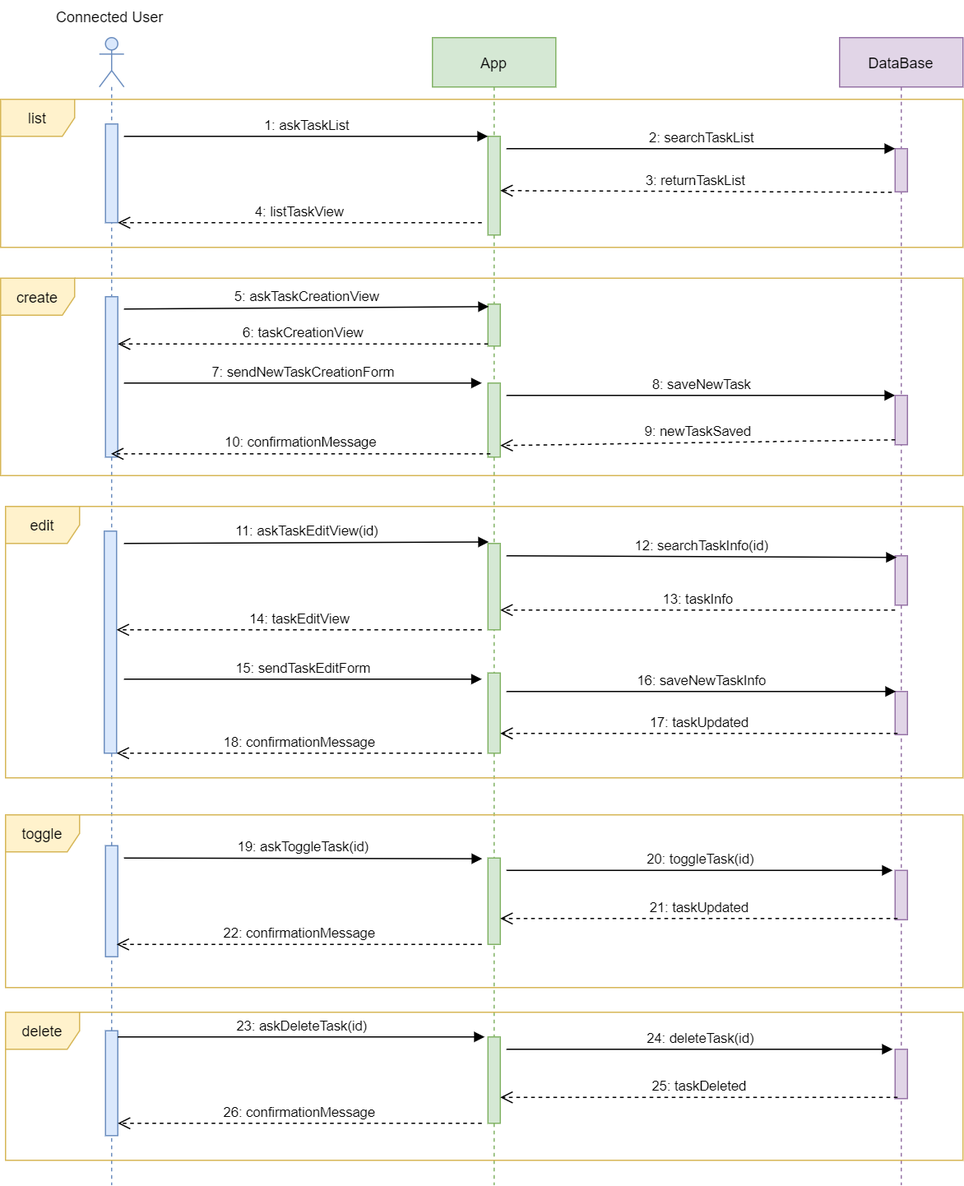
This is docs/diagrams/sequence-diagram-manage-tasks.png from Shiiyo/8-Todolist, a draw.io export, as it was before one commit. Source tidied: cells renumbered, new cells last; positions are measured from the earlier drawing's top-left corner, leaving out a move shared by most shapes. The source it was exported from:
```xml
<mxGraphModel>
  <root>
    <mxCell id="0" />
    <mxCell id="1" parent="0" />
    <mxCell id="2" style="shape=umlLifeline;participant=umlActor;perimeter=lifelinePerimeter;whiteSpace=wrap;html=1;verticalAlign=top;spacingTop=36;outlineConnect=0;fillColor=#dae8fc;strokeColor=#6c8ebf;" parent="1" vertex="1">
      <mxGeometry x="80" y="30" width="20" height="930" as="geometry" />
    </mxCell>
    <mxCell id="3" style="html=1;points=[];perimeter=orthogonalPerimeter;fillColor=#dae8fc;strokeColor=#6c8ebf;" parent="2" vertex="1">
      <mxGeometry x="5" y="70" width="10" height="80" as="geometry" />
    </mxCell>
    <mxCell id="4" value="App" style="shape=umlLifeline;perimeter=lifelinePerimeter;whiteSpace=wrap;html=1;fillColor=#d5e8d4;strokeColor=#82b366;" parent="1" vertex="1">
      <mxGeometry x="350" y="30" width="100" height="930" as="geometry" />
    </mxCell>
    <mxCell id="5" style="html=1;points=[];perimeter=orthogonalPerimeter;fillColor=#d5e8d4;strokeColor=#82b366;" parent="4" vertex="1">
      <mxGeometry x="45" y="280" width="10" height="60" as="geometry" />
    </mxCell>
    <mxCell id="6" value="8: saveNewTask" style="html=1;verticalAlign=bottom;endArrow=block;" parent="4" edge="1" target="8">
      <mxGeometry relative="1" as="geometry">
        <mxPoint x="60" y="290" as="sourcePoint" />
      </mxGeometry>
    </mxCell>
    <mxCell id="7" value="DataBase" style="shape=umlLifeline;perimeter=lifelinePerimeter;whiteSpace=wrap;html=1;fillColor=#e1d5e7;strokeColor=#9673a6;" parent="1" vertex="1">
      <mxGeometry x="680" y="30" width="100" height="930" as="geometry" />
    </mxCell>
    <mxCell id="8" style="html=1;points=[];perimeter=orthogonalPerimeter;fillColor=#e1d5e7;strokeColor=#9673a6;" parent="7" vertex="1">
      <mxGeometry x="45" y="290" width="10" height="40" as="geometry" />
    </mxCell>
    <mxCell id="9" value="Connected User" style="text;align=center;fontStyle=0;verticalAlign=middle;spacingLeft=3;spacingRight=3;strokeColor=none;" parent="1" vertex="1">
      <mxGeometry x="48.8" width="80" height="26" as="geometry" />
    </mxCell>
    <mxCell id="10" value="list" style="shape=umlFrame;whiteSpace=wrap;html=1;fillColor=#fff2cc;strokeColor=#d6b656;" parent="1" vertex="1">
      <mxGeometry y="80" width="780" height="120" as="geometry" />
    </mxCell>
    <mxCell id="11" style="html=1;points=[];perimeter=orthogonalPerimeter;fillColor=#d5e8d4;strokeColor=#82b366;" parent="1" vertex="1">
      <mxGeometry x="395" y="110" width="10" height="80" as="geometry" />
    </mxCell>
    <mxCell id="12" value="1: askTaskList" style="html=1;verticalAlign=bottom;endArrow=block;" parent="1" edge="1" target="11">
      <mxGeometry relative="1" as="geometry">
        <mxPoint x="100" y="110" as="sourcePoint" />
      </mxGeometry>
    </mxCell>
    <mxCell id="13" style="html=1;points=[];perimeter=orthogonalPerimeter;fillColor=#e1d5e7;strokeColor=#9673a6;" parent="1" vertex="1">
      <mxGeometry x="725" y="120" width="10" height="35" as="geometry" />
    </mxCell>
    <mxCell id="14" value="2: searchTaskList" style="html=1;verticalAlign=bottom;endArrow=block;entryX=0;entryY=0;" parent="1" edge="1" target="13">
      <mxGeometry relative="1" as="geometry">
        <mxPoint x="410" y="120" as="sourcePoint" />
      </mxGeometry>
    </mxCell>
    <mxCell id="15" value="3: returnTaskList" style="html=1;verticalAlign=bottom;endArrow=open;dashed=1;endSize=8;exitX=-0.267;exitY=1.01;exitDx=0;exitDy=0;exitPerimeter=0;entryX=1;entryY=0.55;entryDx=0;entryDy=0;entryPerimeter=0;" parent="1" edge="1" source="13" target="11">
      <mxGeometry relative="1" as="geometry" />
    </mxCell>
    <mxCell id="16" value="4: listTaskView" style="html=1;verticalAlign=bottom;endArrow=open;dashed=1;endSize=8;" parent="1" edge="1" target="3">
      <mxGeometry relative="1" as="geometry">
        <mxPoint x="390" y="180" as="sourcePoint" />
      </mxGeometry>
    </mxCell>
    <mxCell id="17" value="create" style="shape=umlFrame;whiteSpace=wrap;html=1;fillColor=#fff2cc;strokeColor=#d6b656;" parent="1" vertex="1">
      <mxGeometry y="225" width="780" height="160" as="geometry" />
    </mxCell>
    <mxCell id="18" style="html=1;points=[];perimeter=orthogonalPerimeter;fillColor=#dae8fc;strokeColor=#6c8ebf;" parent="1" vertex="1">
      <mxGeometry x="85" y="240" width="10" height="130" as="geometry" />
    </mxCell>
    <mxCell id="19" style="html=1;points=[];perimeter=orthogonalPerimeter;fillColor=#d5e8d4;strokeColor=#82b366;" parent="1" vertex="1">
      <mxGeometry x="395" y="246" width="10" height="34" as="geometry" />
    </mxCell>
    <mxCell id="20" value="6: taskCreationView" style="html=1;verticalAlign=bottom;endArrow=open;dashed=1;endSize=8;exitX=0;exitY=0.95;" parent="1" edge="1" source="19" target="18">
      <mxGeometry relative="1" as="geometry" />
    </mxCell>
    <mxCell id="21" value="5: askTaskCreationView" style="html=1;verticalAlign=bottom;endArrow=block;entryX=0.067;entryY=0.06;entryDx=0;entryDy=0;entryPerimeter=0;" parent="1" edge="1" target="19">
      <mxGeometry relative="1" as="geometry">
        <mxPoint x="100" y="250" as="sourcePoint" />
      </mxGeometry>
    </mxCell>
    <mxCell id="22" value="7: sendNewTaskCreationForm" style="html=1;verticalAlign=bottom;endArrow=block;" parent="1" edge="1">
      <mxGeometry relative="1" as="geometry">
        <mxPoint x="100" y="310" as="sourcePoint" />
        <mxPoint x="390" y="310" as="targetPoint" />
      </mxGeometry>
    </mxCell>
    <mxCell id="23" value="9: newTaskSaved" style="html=1;verticalAlign=bottom;endArrow=open;dashed=1;endSize=8;entryX=1;entryY=0.844;entryDx=0;entryDy=0;entryPerimeter=0;exitX=0;exitY=0.9;exitDx=0;exitDy=0;exitPerimeter=0;" parent="1" edge="1" source="8" target="5">
      <mxGeometry relative="1" as="geometry" />
    </mxCell>
    <mxCell id="24" value="10: confirmationMessage" style="html=1;verticalAlign=bottom;endArrow=open;dashed=1;endSize=8;exitX=0.2;exitY=0.956;exitDx=0;exitDy=0;exitPerimeter=0;" parent="1" edge="1" source="5" target="2">
      <mxGeometry relative="1" as="geometry" />
    </mxCell>
    <mxCell id="25" value="edit" style="shape=umlFrame;whiteSpace=wrap;html=1;fillColor=#fff2cc;strokeColor=#d6b656;" parent="1" vertex="1">
      <mxGeometry x="4" y="410" width="776" height="220" as="geometry" />
    </mxCell>
    <mxCell id="26" style="html=1;points=[];perimeter=orthogonalPerimeter;fillColor=#dae8fc;strokeColor=#6c8ebf;" parent="1" vertex="1">
      <mxGeometry x="84" y="430" width="10" height="180" as="geometry" />
    </mxCell>
    <mxCell id="27" style="html=1;points=[];perimeter=orthogonalPerimeter;fillColor=#d5e8d4;strokeColor=#82b366;" parent="1" vertex="1">
      <mxGeometry x="395" y="440" width="10" height="70" as="geometry" />
    </mxCell>
    <mxCell id="28" value="11: askTaskEditView(id)" style="html=1;verticalAlign=bottom;endArrow=block;entryX=0.067;entryY=-0.017;entryDx=0;entryDy=0;entryPerimeter=0;" parent="1" edge="1" target="27">
      <mxGeometry relative="1" as="geometry">
        <mxPoint x="100" y="440" as="sourcePoint" />
      </mxGeometry>
    </mxCell>
    <mxCell id="29" style="html=1;points=[];perimeter=orthogonalPerimeter;fillColor=#e1d5e7;strokeColor=#9673a6;" parent="1" vertex="1">
      <mxGeometry x="725" y="450" width="10" height="40" as="geometry" />
    </mxCell>
    <mxCell id="30" value="12: searchTaskInfo(id)" style="html=1;verticalAlign=bottom;endArrow=block;entryX=0.133;entryY=0.033;entryDx=0;entryDy=0;entryPerimeter=0;" parent="1" edge="1" target="29">
      <mxGeometry relative="1" as="geometry">
        <mxPoint x="410" y="450" as="sourcePoint" />
      </mxGeometry>
    </mxCell>
    <mxCell id="31" value="13: taskInfo" style="html=1;verticalAlign=bottom;endArrow=open;dashed=1;endSize=8;exitX=0;exitY=1.1;exitDx=0;exitDy=0;exitPerimeter=0;" parent="1" edge="1" source="29" target="27">
      <mxGeometry relative="1" as="geometry" />
    </mxCell>
    <mxCell id="32" value="14: taskEditView" style="html=1;verticalAlign=bottom;endArrow=open;dashed=1;endSize=8;" parent="1" edge="1" target="26">
      <mxGeometry relative="1" as="geometry">
        <mxPoint x="390" y="510" as="sourcePoint" />
      </mxGeometry>
    </mxCell>
    <mxCell id="33" style="html=1;points=[];perimeter=orthogonalPerimeter;fillColor=#d5e8d4;strokeColor=#82b366;" parent="1" vertex="1">
      <mxGeometry x="395" y="545" width="10" height="65" as="geometry" />
    </mxCell>
    <mxCell id="34" value="15: sendTaskEditForm" style="html=1;verticalAlign=bottom;endArrow=block;" parent="1" edge="1">
      <mxGeometry relative="1" as="geometry">
        <mxPoint x="100" y="550" as="sourcePoint" />
        <mxPoint x="390" y="550" as="targetPoint" />
      </mxGeometry>
    </mxCell>
    <mxCell id="35" style="html=1;points=[];perimeter=orthogonalPerimeter;fillColor=#e1d5e7;strokeColor=#9673a6;" parent="1" vertex="1">
      <mxGeometry x="725" y="560" width="10" height="35" as="geometry" />
    </mxCell>
    <mxCell id="36" value="16: saveNewTaskInfo" style="html=1;verticalAlign=bottom;endArrow=block;entryX=0.067;entryY=0;entryDx=0;entryDy=0;entryPerimeter=0;" parent="1" edge="1" target="35">
      <mxGeometry relative="1" as="geometry">
        <mxPoint x="410" y="560" as="sourcePoint" />
      </mxGeometry>
    </mxCell>
    <mxCell id="37" value="17: taskUpdated" style="html=1;verticalAlign=bottom;endArrow=open;dashed=1;endSize=8;exitX=0.2;exitY=0.971;exitDx=0;exitDy=0;exitPerimeter=0;" parent="1" edge="1" source="35" target="33">
      <mxGeometry relative="1" as="geometry" />
    </mxCell>
    <mxCell id="38" value="18: confirmationMessage" style="html=1;verticalAlign=bottom;endArrow=open;dashed=1;endSize=8;" parent="1" edge="1" target="26">
      <mxGeometry relative="1" as="geometry">
        <mxPoint x="390" y="610" as="sourcePoint" />
      </mxGeometry>
    </mxCell>
    <mxCell id="39" value="toggle" style="shape=umlFrame;whiteSpace=wrap;html=1;fillColor=#fff2cc;strokeColor=#d6b656;" parent="1" vertex="1">
      <mxGeometry x="4" y="660" width="776" height="140" as="geometry" />
    </mxCell>
    <mxCell id="40" style="html=1;perimeter=orthogonalPerimeter;fillColor=#dae8fc;strokeColor=#6c8ebf;" parent="1" vertex="1">
      <mxGeometry x="85" y="685" width="10" height="90" as="geometry" />
    </mxCell>
    <mxCell id="41" style="html=1;points=[];perimeter=orthogonalPerimeter;fillColor=#d5e8d4;strokeColor=#82b366;" parent="1" vertex="1">
      <mxGeometry x="395" y="695" width="10" height="70" as="geometry" />
    </mxCell>
    <mxCell id="42" value="19: askToggleTask(id)" style="html=1;verticalAlign=bottom;endArrow=block;entryX=-0.467;entryY=0.008;entryDx=0;entryDy=0;entryPerimeter=0;" parent="1" edge="1" target="41">
      <mxGeometry relative="1" as="geometry">
        <mxPoint x="100" y="695" as="sourcePoint" />
      </mxGeometry>
    </mxCell>
    <mxCell id="43" style="html=1;points=[];perimeter=orthogonalPerimeter;fillColor=#e1d5e7;strokeColor=#9673a6;" parent="1" vertex="1">
      <mxGeometry x="725" y="705" width="10" height="40" as="geometry" />
    </mxCell>
    <mxCell id="44" value="20: toggleTask(id)" style="html=1;verticalAlign=bottom;endArrow=block;entryX=-0.2;entryY=0;entryDx=0;entryDy=0;entryPerimeter=0;" parent="1" edge="1" target="43">
      <mxGeometry relative="1" as="geometry">
        <mxPoint x="410" y="705" as="sourcePoint" />
      </mxGeometry>
    </mxCell>
    <mxCell id="45" value="21: taskUpdated" style="html=1;verticalAlign=bottom;endArrow=open;dashed=1;endSize=8;exitX=0.2;exitY=0.971;exitDx=0;exitDy=0;exitPerimeter=0;" parent="1" edge="1">
      <mxGeometry relative="1" as="geometry">
        <mxPoint x="727" y="744" as="sourcePoint" />
        <mxPoint x="405" y="744" as="targetPoint" />
      </mxGeometry>
    </mxCell>
    <mxCell id="46" value="22: confirmationMessage" style="html=1;verticalAlign=bottom;endArrow=open;dashed=1;endSize=8;" parent="1" edge="1">
      <mxGeometry relative="1" as="geometry">
        <mxPoint x="390" y="765" as="sourcePoint" />
        <mxPoint x="94" y="765" as="targetPoint" />
      </mxGeometry>
    </mxCell>
    <mxCell id="47" value="delete" style="shape=umlFrame;whiteSpace=wrap;html=1;fillColor=#fff2cc;strokeColor=#d6b656;" parent="1" vertex="1">
      <mxGeometry x="4" y="820" width="776" height="120" as="geometry" />
    </mxCell>
    <mxCell id="48" style="html=1;points=[];perimeter=orthogonalPerimeter;fillColor=#dae8fc;strokeColor=#6c8ebf;" parent="1" vertex="1">
      <mxGeometry x="85" y="835" width="10" height="85" as="geometry" />
    </mxCell>
    <mxCell id="49" style="html=1;points=[];perimeter=orthogonalPerimeter;fillColor=#d5e8d4;strokeColor=#82b366;" parent="1" vertex="1">
      <mxGeometry x="395" y="840" width="10" height="70" as="geometry" />
    </mxCell>
    <mxCell id="50" value="23: askDeleteTask(id)" style="html=1;verticalAlign=bottom;endArrow=block;entryX=-0.267;entryY=0;entryDx=0;entryDy=0;entryPerimeter=0;" parent="1" edge="1" target="49">
      <mxGeometry relative="1" as="geometry">
        <mxPoint x="95" y="840" as="sourcePoint" />
      </mxGeometry>
    </mxCell>
    <mxCell id="51" style="html=1;points=[];perimeter=orthogonalPerimeter;fillColor=#e1d5e7;strokeColor=#9673a6;" parent="1" vertex="1">
      <mxGeometry x="725" y="850" width="10" height="40" as="geometry" />
    </mxCell>
    <mxCell id="52" value="24: deleteTask(id)" style="html=1;verticalAlign=bottom;endArrow=block;entryX=-0.2;entryY=0;entryDx=0;entryDy=0;entryPerimeter=0;" parent="1" edge="1" target="51">
      <mxGeometry relative="1" as="geometry">
        <mxPoint x="410" y="850" as="sourcePoint" />
      </mxGeometry>
    </mxCell>
    <mxCell id="53" value="25: taskDeleted" style="html=1;verticalAlign=bottom;endArrow=open;dashed=1;endSize=8;exitX=0.2;exitY=0.971;exitDx=0;exitDy=0;exitPerimeter=0;" parent="1" edge="1">
      <mxGeometry relative="1" as="geometry">
        <mxPoint x="727" y="889" as="sourcePoint" />
        <mxPoint x="405" y="889" as="targetPoint" />
      </mxGeometry>
    </mxCell>
    <mxCell id="54" value="26: confirmationMessage" style="html=1;verticalAlign=bottom;endArrow=open;dashed=1;endSize=8;" parent="1" edge="1" target="48">
      <mxGeometry relative="1" as="geometry">
        <mxPoint x="390" y="910" as="sourcePoint" />
      </mxGeometry>
    </mxCell>
  </root>
</mxGraphModel>
```
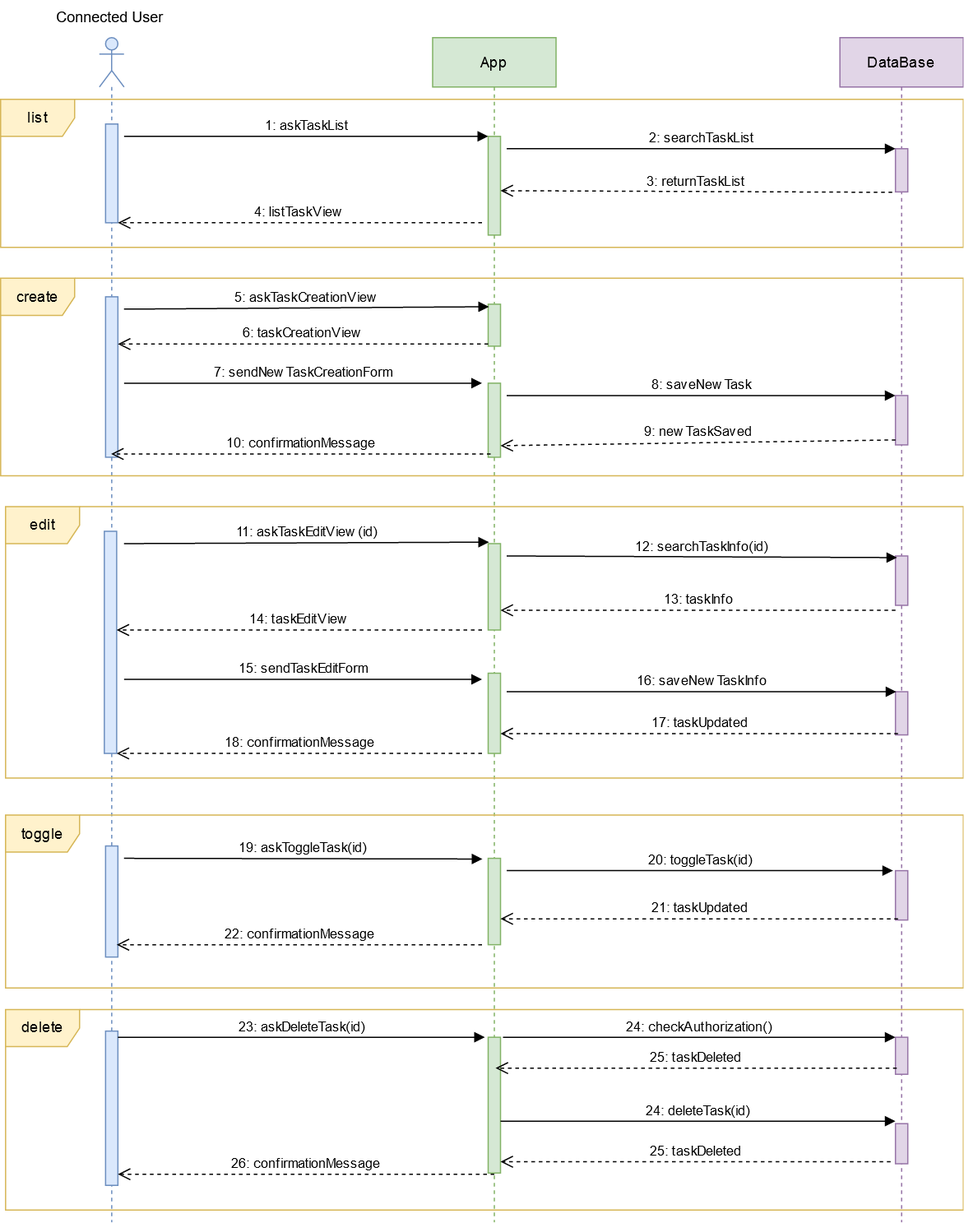
After the commit.

Change to the diagram source:
```diff
@@ -3,13 +3,13 @@
     <mxCell id="0" />
     <mxCell id="1" parent="0" />
     <mxCell id="2" style="shape=umlLifeline;participant=umlActor;perimeter=lifelinePerimeter;whiteSpace=wrap;html=1;verticalAlign=top;spacingTop=36;outlineConnect=0;fillColor=#dae8fc;strokeColor=#6c8ebf;" parent="1" vertex="1">
-      <mxGeometry x="80" y="30" width="20" height="930" as="geometry" />
+      <mxGeometry x="80" y="30" width="20" height="960" as="geometry" />
     </mxCell>
     <mxCell id="3" style="html=1;points=[];perimeter=orthogonalPerimeter;fillColor=#dae8fc;strokeColor=#6c8ebf;" parent="2" vertex="1">
       <mxGeometry x="5" y="70" width="10" height="80" as="geometry" />
     </mxCell>
     <mxCell id="4" value="App" style="shape=umlLifeline;perimeter=lifelinePerimeter;whiteSpace=wrap;html=1;fillColor=#d5e8d4;strokeColor=#82b366;" parent="1" vertex="1">
-      <mxGeometry x="350" y="30" width="100" height="930" as="geometry" />
+      <mxGeometry x="350" y="30" width="100" height="960" as="geometry" />
     </mxCell>
     <mxCell id="5" style="html=1;points=[];perimeter=orthogonalPerimeter;fillColor=#d5e8d4;strokeColor=#82b366;" parent="4" vertex="1">
       <mxGeometry x="45" y="280" width="10" height="60" as="geometry" />
@@ -20,7 +20,7 @@
       </mxGeometry>
     </mxCell>
     <mxCell id="7" value="DataBase" style="shape=umlLifeline;perimeter=lifelinePerimeter;whiteSpace=wrap;html=1;fillColor=#e1d5e7;strokeColor=#9673a6;" parent="1" vertex="1">
-      <mxGeometry x="680" y="30" width="100" height="930" as="geometry" />
+      <mxGeometry x="680" y="30" width="100" height="960" as="geometry" />
     </mxCell>
     <mxCell id="8" style="html=1;points=[];perimeter=orthogonalPerimeter;fillColor=#e1d5e7;strokeColor=#9673a6;" parent="7" vertex="1">
       <mxGeometry x="45" y="290" width="10" height="40" as="geometry" />
@@ -174,13 +174,13 @@
       </mxGeometry>
     </mxCell>
     <mxCell id="47" value="delete" style="shape=umlFrame;whiteSpace=wrap;html=1;fillColor=#fff2cc;strokeColor=#d6b656;" parent="1" vertex="1">
-      <mxGeometry x="4" y="820" width="776" height="120" as="geometry" />
+      <mxGeometry x="4" y="817.5" width="776" height="162.5" as="geometry" />
     </mxCell>
     <mxCell id="48" style="html=1;points=[];perimeter=orthogonalPerimeter;fillColor=#dae8fc;strokeColor=#6c8ebf;" parent="1" vertex="1">
-      <mxGeometry x="85" y="835" width="10" height="85" as="geometry" />
+      <mxGeometry x="85" y="835" width="10" height="125" as="geometry" />
     </mxCell>
     <mxCell id="49" style="html=1;points=[];perimeter=orthogonalPerimeter;fillColor=#d5e8d4;strokeColor=#82b366;" parent="1" vertex="1">
-      <mxGeometry x="395" y="840" width="10" height="70" as="geometry" />
+      <mxGeometry x="395" y="840" width="10" height="110" as="geometry" />
     </mxCell>
     <mxCell id="50" value="23: askDeleteTask(id)" style="html=1;verticalAlign=bottom;endArrow=block;entryX=-0.267;entryY=0;entryDx=0;entryDy=0;entryPerimeter=0;" parent="1" edge="1" target="49">
       <mxGeometry relative="1" as="geometry">
@@ -188,23 +188,28 @@
       </mxGeometry>
     </mxCell>
     <mxCell id="51" style="html=1;points=[];perimeter=orthogonalPerimeter;fillColor=#e1d5e7;strokeColor=#9673a6;" parent="1" vertex="1">
-      <mxGeometry x="725" y="850" width="10" height="40" as="geometry" />
+      <mxGeometry x="725" y="910" width="10" height="32.5" as="geometry" />
     </mxCell>
-    <mxCell id="52" value="24: deleteTask(id)" style="html=1;verticalAlign=bottom;endArrow=block;entryX=-0.2;entryY=0;entryDx=0;entryDy=0;entryPerimeter=0;" parent="1" edge="1" target="51">
-      <mxGeometry relative="1" as="geometry">
-        <mxPoint x="410" y="850" as="sourcePoint" />
-      </mxGeometry>
+    <mxCell id="52" value="24: deleteTask(id)" style="html=1;verticalAlign=bottom;endArrow=block;entryX=0;entryY=-0.062;entryDx=0;entryDy=0;entryPerimeter=0;" parent="1" edge="1" source="49" target="51">
+      <mxGeometry relative="1" as="geometry" />
     </mxCell>
-    <mxCell id="53" value="25: taskDeleted" style="html=1;verticalAlign=bottom;endArrow=open;dashed=1;endSize=8;exitX=0.2;exitY=0.971;exitDx=0;exitDy=0;exitPerimeter=0;" parent="1" edge="1">
-      <mxGeometry relative="1" as="geometry">
-        <mxPoint x="727" y="889" as="sourcePoint" />
-        <mxPoint x="405" y="889" as="targetPoint" />
-      </mxGeometry>
+    <mxCell id="53" value="25: taskDeleted" style="html=1;verticalAlign=bottom;endArrow=open;dashed=1;endSize=8;exitX=-0.4;exitY=0.95;exitDx=0;exitDy=0;exitPerimeter=0;" parent="1" edge="1" source="51" target="49">
+      <mxGeometry relative="1" as="geometry" />
     </mxCell>
-    <mxCell id="54" value="26: confirmationMessage" style="html=1;verticalAlign=bottom;endArrow=open;dashed=1;endSize=8;" parent="1" edge="1" target="48">
-      <mxGeometry relative="1" as="geometry">
-        <mxPoint x="390" y="910" as="sourcePoint" />
-      </mxGeometry>
+    <mxCell id="54" value="26: confirmationMessage" style="html=1;verticalAlign=bottom;endArrow=open;dashed=1;endSize=8;exitX=0.5;exitY=1.009;exitDx=0;exitDy=0;exitPerimeter=0;" parent="1" edge="1" source="49" target="48">
+      <mxGeometry relative="1" as="geometry" />
     </mxCell>
+    <mxCell id="55" style="html=1;points=[];perimeter=orthogonalPerimeter;fillColor=#e1d5e7;strokeColor=#9673a6;" parent="1" vertex="1">
+      <mxGeometry x="725" y="840" width="10" height="30" as="geometry" />
+    </mxCell>
+    <mxCell id="56" value="24: checkAuthorization()" style="html=1;verticalAlign=bottom;endArrow=block;entryX=-0.2;entryY=0;entryDx=0;entryDy=0;entryPerimeter=0;" parent="1" edge="1">
+      <mxGeometry relative="1" as="geometry">
+        <mxPoint x="407" y="840" as="sourcePoint" />
+        <mxPoint x="725" y="840" as="targetPoint" />
+      </mxGeometry>
+    </mxCell>
+    <mxCell id="57" value="25: taskDeleted" style="html=1;verticalAlign=bottom;endArrow=open;dashed=1;endSize=8;exitX=0.1;exitY=0.833;exitDx=0;exitDy=0;exitPerimeter=0;entryX=0.6;entryY=0.227;entryDx=0;entryDy=0;entryPerimeter=0;" parent="1" edge="1" source="55" target="49">
+      <mxGeometry relative="1" as="geometry" />
+    </mxCell>
   </root>
 </mxGraphModel>
```
